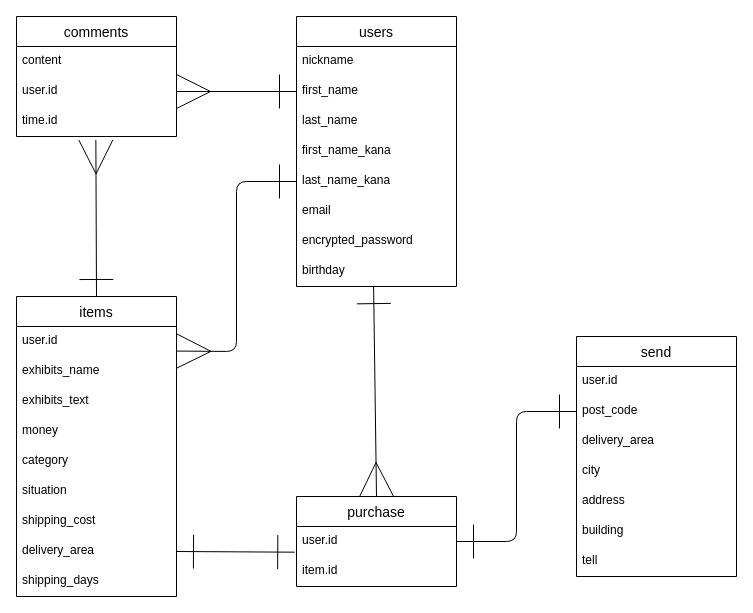
Above: furima-38019.dio in uratatamotsu/furima-38019 (draw.io), before the change. Source tidied: cells renumbered, new cells numbered last; positions are measured from the earlier drawing's top-left corner, leaving out a move shared by most shapes. Both pictures are drawn from the tidied source at 100%, with x=0, y=0 at pixel (16, 16).
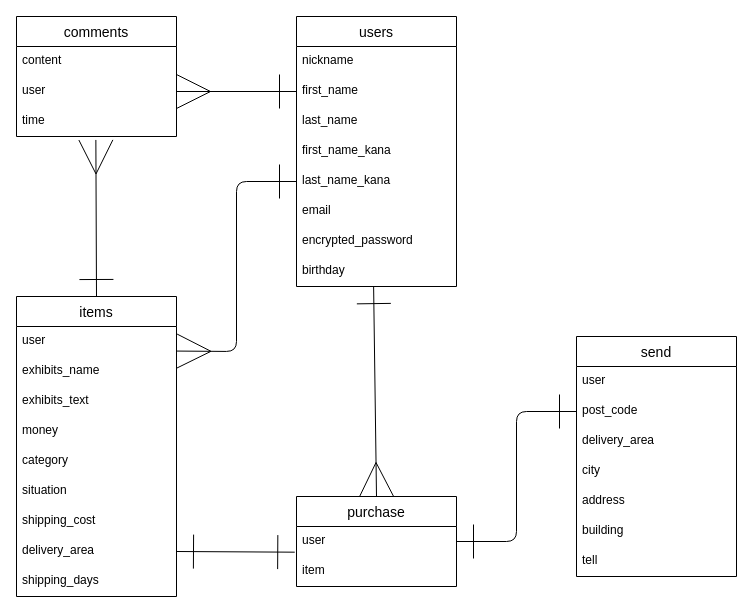
After the change.

Unchanged cells that the change refers to:
```xml
<mxCell id="3" value="items" style="swimlane;fontStyle=0;horizontal=1;startSize=30;align=center;fontSize=14;" parent="1" vertex="1">
  <mxGeometry y="280" width="160" height="300" as="geometry" />
</mxCell>
<mxCell id="22" value="comments" style="swimlane;fontStyle=0;horizontal=1;startSize=30;align=center;fontSize=14;" parent="1" vertex="1">
  <mxGeometry width="160" height="120" as="geometry" />
</mxCell>
<mxCell id="26" value="purchase" style="swimlane;fontStyle=0;horizontal=1;startSize=30;align=center;fontSize=14;" parent="1" vertex="1">
  <mxGeometry x="280" y="480" width="160" height="90" as="geometry" />
</mxCell>
<mxCell id="29" value="send" style="swimlane;fontStyle=0;horizontal=1;startSize=30;align=center;fontSize=14;" parent="1" vertex="1">
  <mxGeometry x="560" y="320" width="160" height="240" as="geometry" />
</mxCell>
```

Diff of the diagram source:
```diff
@@
-    <mxCell id="4" value="user.id" style="text;strokeColor=none;fillColor=none;spacingLeft=4;spacingRight=4;overflow=hidden;fontSize=12;" parent="3" vertex="1">
+    <mxCell id="4" value="user" style="text;strokeColor=none;fillColor=none;spacingLeft=4;spacingRight=4;overflow=hidden;fontSize=12;" parent="3" vertex="1">
       <mxGeometry y="30" width="160" height="30" as="geometry" />
     </mxCell>
@@
-    <mxCell id="24" value="user.id" style="text;strokeColor=none;fillColor=none;spacingLeft=4;spacingRight=4;overflow=hidden;points=[[0,0.5],[1,0.5]];portConstraint=eastwest;fontSize=12;" parent="22" vertex="1">
+    <mxCell id="24" value="user" style="text;strokeColor=none;fillColor=none;spacingLeft=4;spacingRight=4;overflow=hidden;points=[[0,0.5],[1,0.5]];portConstraint=eastwest;fontSize=12;" parent="22" vertex="1">
       <mxGeometry y="60" width="160" height="30" as="geometry" />
     </mxCell>
-    <mxCell id="25" value="time.id" style="text;strokeColor=none;fillColor=none;spacingLeft=4;spacingRight=4;overflow=hidden;points=[[0,0.5],[1,0.5]];portConstraint=eastwest;fontSize=12;" parent="22" vertex="1">
+    <mxCell id="25" value="time" style="text;strokeColor=none;fillColor=none;spacingLeft=4;spacingRight=4;overflow=hidden;points=[[0,0.5],[1,0.5]];portConstraint=eastwest;fontSize=12;" parent="22" vertex="1">
       <mxGeometry y="90" width="160" height="30" as="geometry" />
     </mxCell>
@@
-    <mxCell id="27" value="user.id" style="text;strokeColor=none;fillColor=none;spacingLeft=4;spacingRight=4;overflow=hidden;points=[[0,0.5],[1,0.5]];portConstraint=eastwest;fontSize=12;" parent="26" vertex="1">
+    <mxCell id="27" value="user" style="text;strokeColor=none;fillColor=none;spacingLeft=4;spacingRight=4;overflow=hidden;points=[[0,0.5],[1,0.5]];portConstraint=eastwest;fontSize=12;" parent="26" vertex="1">
       <mxGeometry y="30" width="160" height="30" as="geometry" />
     </mxCell>
-    <mxCell id="28" value="item.id" style="text;strokeColor=none;fillColor=none;spacingLeft=4;spacingRight=4;overflow=hidden;points=[[0,0.5],[1,0.5]];portConstraint=eastwest;fontSize=12;" parent="26" vertex="1">
+    <mxCell id="28" value="item" style="text;strokeColor=none;fillColor=none;spacingLeft=4;spacingRight=4;overflow=hidden;points=[[0,0.5],[1,0.5]];portConstraint=eastwest;fontSize=12;" parent="26" vertex="1">
       <mxGeometry y="60" width="160" height="30" as="geometry" />
     </mxCell>
@@
-    <mxCell id="30" value="user.id" style="text;strokeColor=none;fillColor=none;spacingLeft=4;spacingRight=4;overflow=hidden;fontSize=12;" parent="29" vertex="1">
+    <mxCell id="30" value="user" style="text;strokeColor=none;fillColor=none;spacingLeft=4;spacingRight=4;overflow=hidden;fontSize=12;" parent="29" vertex="1">
       <mxGeometry y="30" width="160" height="30" as="geometry" />
     </mxCell>
```
